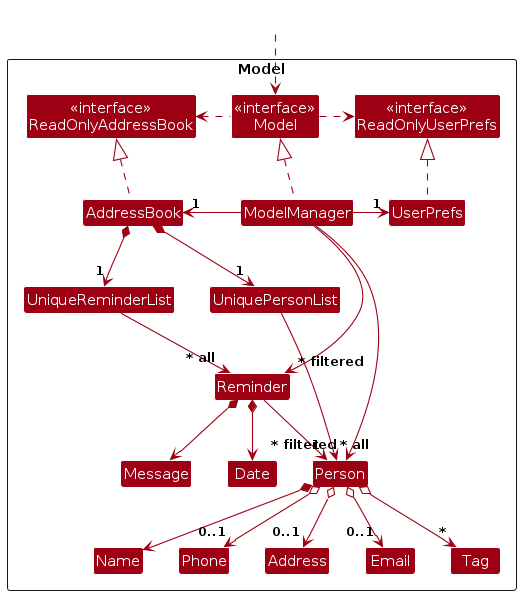
AY2526S1-CS2103T-W08-4/tp keeps this PlantUML diagram as diagrams/ModelClassDiagram.png. Above is the earlier version. Its source is kept beside it as diagrams/ModelClassDiagram.puml.
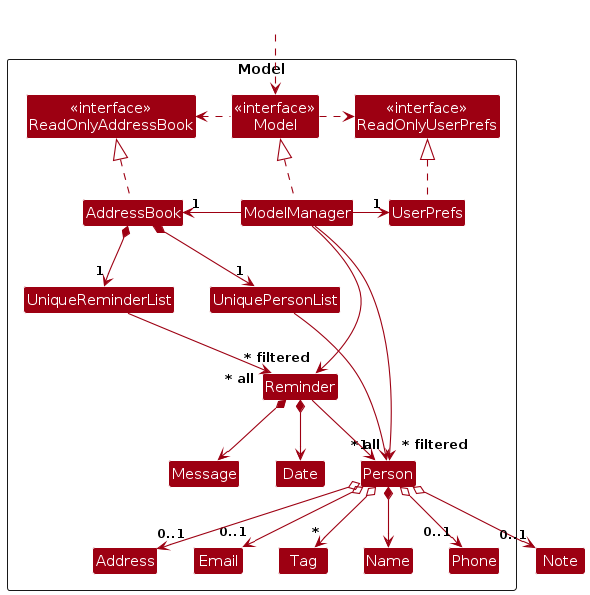
Later version of the same file.

What changed in the source:
```diff
@@ -47,6 +47,7 @@
 Person *--> Name
 Person o--> "0..1" Phone
 Person o--> "0..1" Email
+Person o--> "0..1" Note
 Person o--> "0..1" Address
 Person o--> "*" Tag
 
```
